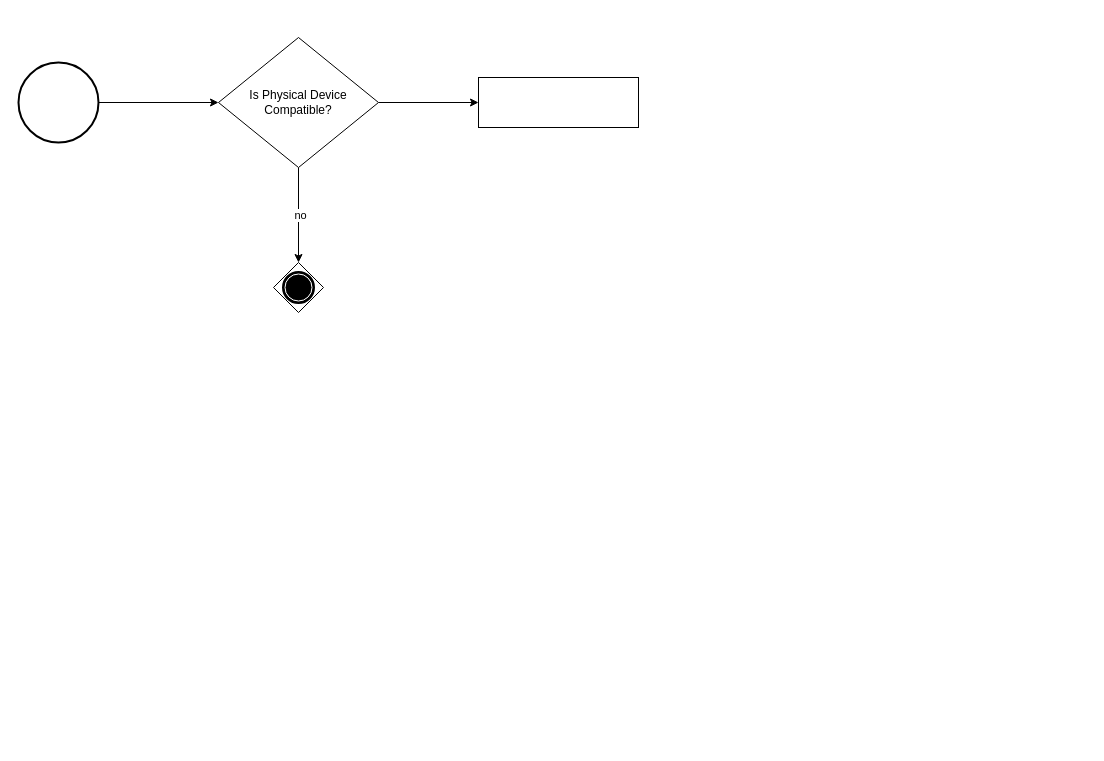
Above: page "Device::Create" (1 of 3) of Untitled Diagram.drawio in ay25a/Umisu (draw.io), before the change. Source tidied: cells renumbered, new cells numbered last; positions are measured from the earlier drawing's top-left corner, leaving out a move shared by most shapes. Both pictures are drawn from the tidied source at 100%, with x=0, y=0 at pixel (18, 37).
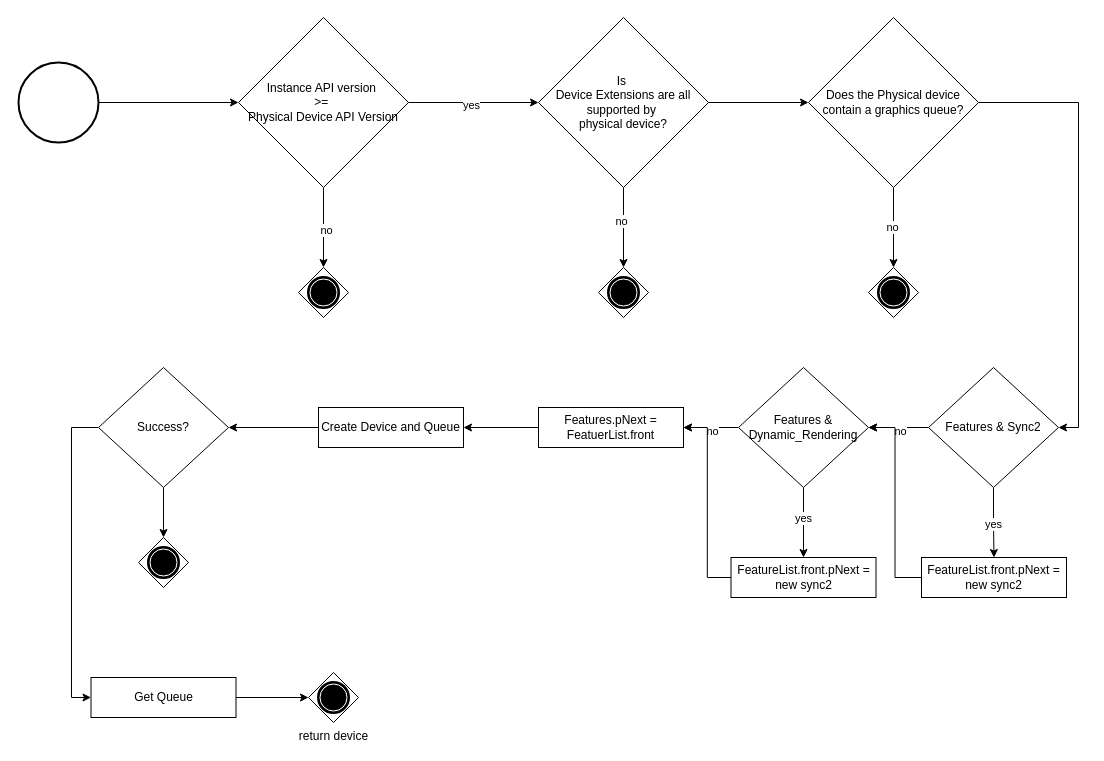
The same page after the edit.

The change refers to these unchanged cells:
```xml
<mxCell id="2" style="strokeWidth=2;html=1;shape=mxgraph.flowchart.start_2;whiteSpace=wrap;" parent="1" vertex="1">
  <mxGeometry y="25" width="80" height="80" as="geometry" />
</mxCell>
```

Diff of the diagram source:
```diff
@@
+    <mxCell id="10" style="edgeStyle=orthogonalEdgeStyle;rounded=0;jettySize=auto;html=1;" parent="1" edge="1" source="2" target="15">
+      <mxGeometry relative="1" as="geometry" />
+    </mxCell>
@@
-    <mxCell id="3" style="edgeStyle=orthogonalEdgeStyle;rounded=0;jettySize=auto;html=1;" parent="1" edge="1" source="6" target="8">
-      <mxGeometry relative="1" as="geometry" />
-    </mxCell>
-    <mxCell id="4" value="no" style="edgeLabel;html=1;align=center;verticalAlign=middle;" parent="3" vertex="1">
-      <mxGeometry x="-0.02" y="1" relative="1" as="geometry" />
-    </mxCell>
-    <mxCell id="5" style="edgeStyle=orthogonalEdgeStyle;rounded=0;jettySize=auto;html=1;" parent="1" edge="1" source="6" target="9">
-      <mxGeometry relative="1" as="geometry" />
-    </mxCell>
-    <mxCell id="6" value="Is Physical Device Compatible?" style="rhombus;whiteSpace=wrap;html=1;" parent="1" vertex="1">
-      <mxGeometry x="200" width="160" height="130" as="geometry" />
-    </mxCell>
-    <mxCell id="7" style="edgeStyle=orthogonalEdgeStyle;rounded=0;jettySize=auto;html=1;entryX=0;entryY=0.5;entryDx=0;entryDy=0;" parent="1" edge="1" source="2" target="6">
-      <mxGeometry relative="1" as="geometry" />
-    </mxCell>
-    <mxCell id="8" style="points=[[0.25,0.25,0],[0.5,0,0],[0.75,0.25,0],[1,0.5,0],[0.75,0.75,0],[0.5,1,0],[0.25,0.75,0],[0,0.5,0]];shape=mxgraph.bpmn.gateway2;html=1;verticalLabelPosition=bottom;labelBackgroundColor=#ffffff;verticalAlign=top;align=center;perimeter=rhombusPerimeter;outlineConnect=0;outline=end;symbol=terminate;" parent="1" vertex="1">
-      <mxGeometry x="255" y="225" width="50" height="50" as="geometry" />
-    </mxCell>
-    <mxCell id="9" style="whiteSpace=wrap;html=1;" parent="1" vertex="1">
-      <mxGeometry x="460" y="40" width="160" height="50" as="geometry" />
-    </mxCell>
+    <mxCell id="11" style="edgeStyle=orthogonalEdgeStyle;rounded=0;jettySize=auto;html=1;" parent="1" edge="1" source="15" target="16">
+      <mxGeometry relative="1" as="geometry" />
+    </mxCell>
+    <mxCell id="12" value="no" style="edgeLabel;html=1;align=center;verticalAlign=middle;" parent="11" vertex="1">
+      <mxGeometry x="0.04" y="2" relative="1" as="geometry" />
+    </mxCell>
+    <mxCell id="13" style="edgeStyle=orthogonalEdgeStyle;rounded=0;jettySize=auto;html=1;" parent="1" edge="1" source="15">
+      <mxGeometry relative="1" as="geometry">
+        <mxPoint x="520" y="65" as="targetPoint" />
+      </mxGeometry>
+    </mxCell>
+    <mxCell id="14" value="yes" style="edgeLabel;html=1;align=center;verticalAlign=middle;" parent="13" vertex="1">
+      <mxGeometry x="-0.05" y="-2" relative="1" as="geometry" />
+    </mxCell>
+    <mxCell id="15" value="&lt;div&gt;Instance API version&amp;nbsp;&lt;/div&gt;&lt;div&gt;&amp;gt;=&amp;nbsp;&lt;/div&gt;&lt;div&gt;Physical Device API Version&lt;/div&gt;" style="rhombus;whiteSpace=wrap;html=1;" parent="1" vertex="1">
+      <mxGeometry x="220" y="-20" width="170" height="170" as="geometry" />
+    </mxCell>
+    <mxCell id="16" style="points=[[0.25,0.25,0],[0.5,0,0],[0.75,0.25,0],[1,0.5,0],[0.75,0.75,0],[0.5,1,0],[0.25,0.75,0],[0,0.5,0]];shape=mxgraph.bpmn.gateway2;html=1;verticalLabelPosition=bottom;labelBackgroundColor=#ffffff;verticalAlign=top;align=center;perimeter=rhombusPerimeter;outlineConnect=0;outline=end;symbol=terminate;" parent="1" vertex="1">
+      <mxGeometry x="280" y="230" width="50" height="50" as="geometry" />
+    </mxCell>
+    <mxCell id="17" style="edgeStyle=orthogonalEdgeStyle;rounded=0;jettySize=auto;html=1;" parent="1" edge="1" source="18" target="25">
+      <mxGeometry relative="1" as="geometry" />
+    </mxCell>
+    <mxCell id="18" value="&lt;div&gt;Is&amp;nbsp;&lt;/div&gt;&lt;div&gt;Device Extensions are all supported by&amp;nbsp;&lt;/div&gt;&lt;div&gt;physical device?&lt;/div&gt;" style="rhombus;whiteSpace=wrap;html=1;" parent="1" vertex="1">
+      <mxGeometry x="520" y="-20" width="170" height="170" as="geometry" />
+    </mxCell>
+    <mxCell id="19" style="points=[[0.25,0.25,0],[0.5,0,0],[0.75,0.25,0],[1,0.5,0],[0.75,0.75,0],[0.5,1,0],[0.25,0.75,0],[0,0.5,0]];shape=mxgraph.bpmn.gateway2;html=1;verticalLabelPosition=bottom;labelBackgroundColor=#ffffff;verticalAlign=top;align=center;perimeter=rhombusPerimeter;outlineConnect=0;outline=end;symbol=terminate;" parent="1" vertex="1">
+      <mxGeometry x="580" y="230" width="50" height="50" as="geometry" />
+    </mxCell>
+    <mxCell id="20" style="edgeStyle=orthogonalEdgeStyle;rounded=0;jettySize=auto;html=1;entryX=0.5;entryY=0;entryDx=0;entryDy=0;entryPerimeter=0;" parent="1" edge="1" source="18" target="19">
+      <mxGeometry relative="1" as="geometry" />
+    </mxCell>
+    <mxCell id="21" value="no" style="edgeLabel;html=1;align=center;verticalAlign=middle;" parent="20" vertex="1">
+      <mxGeometry x="-0.18" y="-3" relative="1" as="geometry" />
+    </mxCell>
+    <mxCell id="22" style="edgeStyle=orthogonalEdgeStyle;rounded=0;jettySize=auto;html=1;" parent="1" edge="1" source="25" target="26">
+      <mxGeometry relative="1" as="geometry" />
+    </mxCell>
+    <mxCell id="23" value="no" style="edgeLabel;html=1;align=center;verticalAlign=middle;" parent="22" vertex="1">
+      <mxGeometry x="-0.03" y="-2" relative="1" as="geometry" />
+    </mxCell>
+    <mxCell id="24" style="edgeStyle=orthogonalEdgeStyle;rounded=0;jettySize=auto;html=1;entryX=1;entryY=0.5;entryDx=0;entryDy=0;" parent="1" edge="1" source="25" target="31">
+      <mxGeometry relative="1" as="geometry">
+        <Array as="points">
+          <mxPoint x="1060" y="65" />
+          <mxPoint x="1060" y="390" />
+        </Array>
+      </mxGeometry>
+    </mxCell>
+    <mxCell id="25" value="Does the Physical device contain a graphics queue?" style="rhombus;whiteSpace=wrap;html=1;" parent="1" vertex="1">
+      <mxGeometry x="790" y="-20" width="170" height="170" as="geometry" />
+    </mxCell>
+    <mxCell id="26" style="points=[[0.25,0.25,0],[0.5,0,0],[0.75,0.25,0],[1,0.5,0],[0.75,0.75,0],[0.5,1,0],[0.25,0.75,0],[0,0.5,0]];shape=mxgraph.bpmn.gateway2;html=1;verticalLabelPosition=bottom;labelBackgroundColor=#ffffff;verticalAlign=top;align=center;perimeter=rhombusPerimeter;outlineConnect=0;outline=end;symbol=terminate;" parent="1" vertex="1">
+      <mxGeometry x="850" y="230" width="50" height="50" as="geometry" />
+    </mxCell>
+    <mxCell id="27" style="edgeStyle=orthogonalEdgeStyle;rounded=0;jettySize=auto;html=1;" parent="1" edge="1" source="31" target="33">
+      <mxGeometry relative="1" as="geometry" />
+    </mxCell>
+    <mxCell id="28" value="yes" style="edgeLabel;html=1;align=center;verticalAlign=middle;" parent="27" vertex="1">
+      <mxGeometry x="0.05" y="-1" relative="1" as="geometry" />
+    </mxCell>
+    <mxCell id="29" style="edgeStyle=orthogonalEdgeStyle;rounded=0;jettySize=auto;html=1;entryX=1;entryY=0.5;entryDx=0;entryDy=0;" parent="1" edge="1" source="31" target="38">
+      <mxGeometry relative="1" as="geometry" />
+    </mxCell>
+    <mxCell id="30" value="no" style="edgeLabel;html=1;align=center;verticalAlign=middle;" parent="29" vertex="1">
+      <mxGeometry x="-0.05" y="3" relative="1" as="geometry" />
+    </mxCell>
+    <mxCell id="31" value="Features &amp;amp; Sync2" style="rhombus;whiteSpace=wrap;html=1;" parent="1" vertex="1">
+      <mxGeometry x="910" y="330" width="130" height="120" as="geometry" />
+    </mxCell>
+    <mxCell id="32" style="edgeStyle=orthogonalEdgeStyle;rounded=0;jettySize=auto;html=1;entryX=1;entryY=0.5;entryDx=0;entryDy=0;" parent="1" edge="1" source="33" target="38">
+      <mxGeometry relative="1" as="geometry" />
+    </mxCell>
+    <mxCell id="33" value="FeatureList.front.pNext = new sync2" style="rounded=0;whiteSpace=wrap;html=1;" parent="1" vertex="1">
+      <mxGeometry x="903" y="520" width="145" height="40" as="geometry" />
+    </mxCell>
+    <mxCell id="34" style="edgeStyle=orthogonalEdgeStyle;rounded=0;jettySize=auto;html=1;entryX=0.5;entryY=0;entryDx=0;entryDy=0;" parent="1" edge="1" source="38" target="40">
+      <mxGeometry relative="1" as="geometry" />
+    </mxCell>
+    <mxCell id="35" value="yes" style="edgeLabel;html=1;align=center;verticalAlign=middle;" parent="34" vertex="1">
+      <mxGeometry x="-0.14" y="-1" relative="1" as="geometry" />
+    </mxCell>
+    <mxCell id="36" style="edgeStyle=orthogonalEdgeStyle;rounded=0;jettySize=auto;html=1;" parent="1" edge="1" source="38" target="42">
+      <mxGeometry relative="1" as="geometry" />
+    </mxCell>
+    <mxCell id="37" value="no" style="edgeLabel;html=1;align=center;verticalAlign=middle;" parent="36" vertex="1">
+      <mxGeometry x="-0.01" y="3" relative="1" as="geometry" />
+    </mxCell>
+    <mxCell id="38" value="Features &amp;amp; Dynamic_Rendering" style="rhombus;whiteSpace=wrap;html=1;" parent="1" vertex="1">
+      <mxGeometry x="720" y="330" width="130" height="120" as="geometry" />
+    </mxCell>
+    <mxCell id="39" style="edgeStyle=orthogonalEdgeStyle;rounded=0;jettySize=auto;html=1;entryX=1;entryY=0.5;entryDx=0;entryDy=0;" parent="1" edge="1" source="40" target="42">
+      <mxGeometry relative="1" as="geometry" />
+    </mxCell>
+    <mxCell id="40" value="FeatureList.front.pNext = new sync2" style="rounded=0;whiteSpace=wrap;html=1;" parent="1" vertex="1">
+      <mxGeometry x="712.5" y="520" width="145" height="40" as="geometry" />
+    </mxCell>
+    <mxCell id="41" style="edgeStyle=orthogonalEdgeStyle;rounded=0;jettySize=auto;html=1;entryX=1;entryY=0.5;entryDx=0;entryDy=0;" parent="1" edge="1" source="42" target="44">
+      <mxGeometry relative="1" as="geometry" />
+    </mxCell>
+    <mxCell id="42" value="Features.pNext = FeatuerList.front" style="rounded=0;whiteSpace=wrap;html=1;" parent="1" vertex="1">
+      <mxGeometry x="520" y="370" width="145" height="40" as="geometry" />
+    </mxCell>
+    <mxCell id="43" style="edgeStyle=orthogonalEdgeStyle;rounded=0;jettySize=auto;html=1;entryX=1;entryY=0.5;entryDx=0;entryDy=0;" parent="1" edge="1" source="44" target="46">
+      <mxGeometry relative="1" as="geometry" />
+    </mxCell>
+    <mxCell id="44" value="Create Device and Queue" style="rounded=0;whiteSpace=wrap;html=1;" parent="1" vertex="1">
+      <mxGeometry x="300" y="370" width="145" height="40" as="geometry" />
+    </mxCell>
+    <mxCell id="45" style="edgeStyle=orthogonalEdgeStyle;rounded=0;jettySize=auto;html=1;entryX=0;entryY=0.5;entryDx=0;entryDy=0;" parent="1" edge="1" source="46" target="49">
+      <mxGeometry relative="1" as="geometry">
+        <Array as="points">
+          <mxPoint x="53" y="390" />
+          <mxPoint x="53" y="660" />
+        </Array>
+      </mxGeometry>
+    </mxCell>
+    <mxCell id="46" value="Success?" style="rhombus;whiteSpace=wrap;html=1;" parent="1" vertex="1">
+      <mxGeometry x="80" y="330" width="130" height="120" as="geometry" />
+    </mxCell>
+    <mxCell id="47" style="points=[[0.25,0.25,0],[0.5,0,0],[0.75,0.25,0],[1,0.5,0],[0.75,0.75,0],[0.5,1,0],[0.25,0.75,0],[0,0.5,0]];shape=mxgraph.bpmn.gateway2;html=1;verticalLabelPosition=bottom;labelBackgroundColor=#ffffff;verticalAlign=top;align=center;perimeter=rhombusPerimeter;outlineConnect=0;outline=end;symbol=terminate;" parent="1" vertex="1">
+      <mxGeometry x="120" y="500" width="50" height="50" as="geometry" />
+    </mxCell>
+    <mxCell id="48" style="edgeStyle=orthogonalEdgeStyle;rounded=0;jettySize=auto;html=1;entryX=0.5;entryY=0;entryDx=0;entryDy=0;entryPerimeter=0;" parent="1" edge="1" source="46" target="47">
+      <mxGeometry relative="1" as="geometry" />
+    </mxCell>
+    <mxCell id="49" value="Get Queue" style="rounded=0;whiteSpace=wrap;html=1;" parent="1" vertex="1">
+      <mxGeometry x="72.5" y="640" width="145" height="40" as="geometry" />
+    </mxCell>
+    <mxCell id="50" value="return device" style="points=[[0.25,0.25,0],[0.5,0,0],[0.75,0.25,0],[1,0.5,0],[0.75,0.75,0],[0.5,1,0],[0.25,0.75,0],[0,0.5,0]];shape=mxgraph.bpmn.gateway2;html=1;verticalLabelPosition=bottom;labelBackgroundColor=#ffffff;verticalAlign=top;align=center;perimeter=rhombusPerimeter;outlineConnect=0;outline=end;symbol=terminate;" parent="1" vertex="1">
+      <mxGeometry x="290" y="635" width="50" height="50" as="geometry" />
+    </mxCell>
+    <mxCell id="51" style="edgeStyle=orthogonalEdgeStyle;rounded=0;jettySize=auto;html=1;entryX=0;entryY=0.5;entryDx=0;entryDy=0;entryPerimeter=0;" parent="1" edge="1" source="49" target="50">
+      <mxGeometry relative="1" as="geometry" />
+    </mxCell>
```
